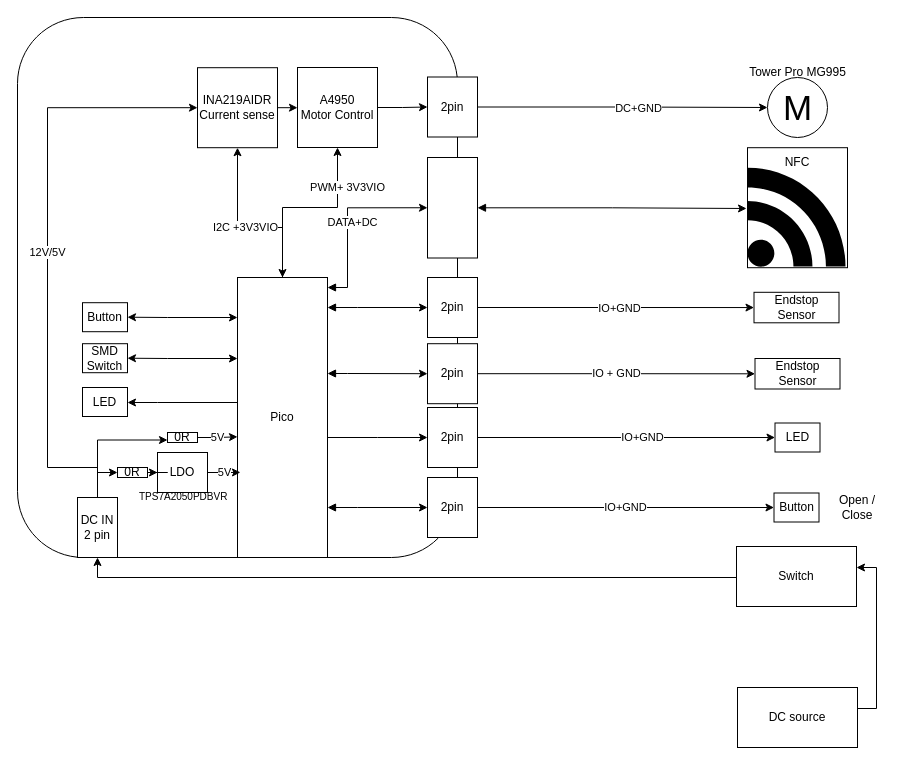
This is Documents/Drawings/ElectricalLayout.drawio from Todoori/GateControl, a draw.io file, before an edit. Source tidied: cells renumbered, new cells numbered last; positions are measured from the earlier drawing's top-left corner, leaving out a move shared by most shapes. Both pictures are drawn from the tidied source at 100%, with x=0, y=0 at pixel (17, 17).
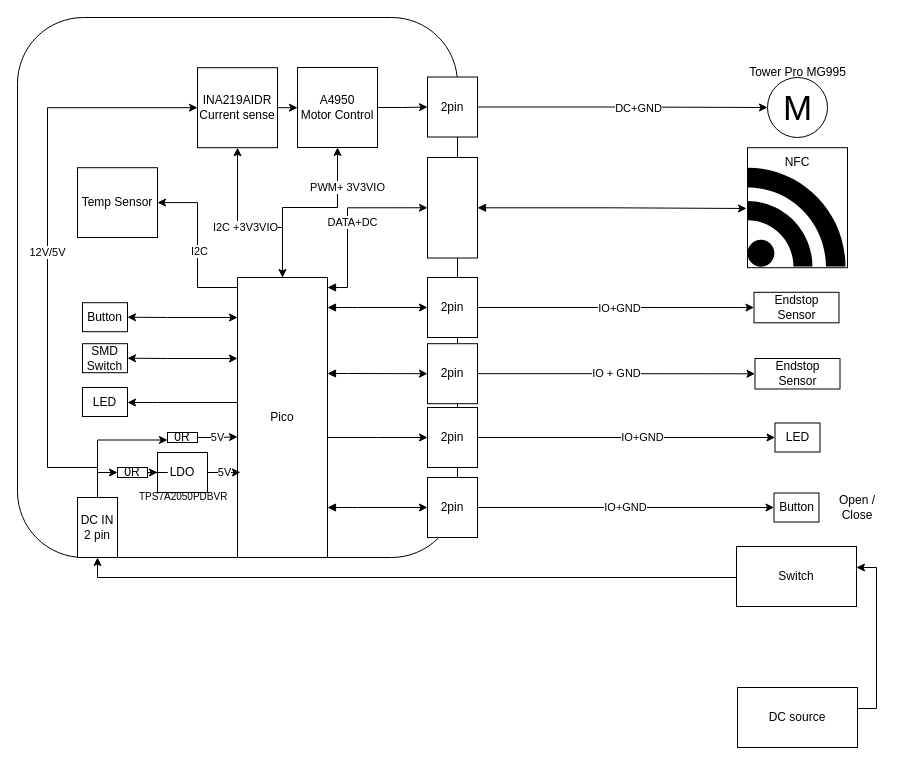
Above is the later version.

Unchanged cells that the change refers to:
```xml
<mxCell id="18" value="Pico" style="rounded=0;whiteSpace=wrap;html=1;" parent="1" vertex="1">
  <mxGeometry x="220" y="260" width="90" height="280" as="geometry" />
</mxCell>
```

The edit, as a diff of the source:
```diff
@@
+    <mxCell id="63" style="edgeStyle=orthogonalEdgeStyle;rounded=0;jettySize=auto;html=1;entryX=1;entryY=0.5;entryDx=0;entryDy=0;" parent="1" edge="1" source="18" target="65">
+      <mxGeometry relative="1" as="geometry">
+        <Array as="points">
+          <mxPoint x="180" y="270" />
+          <mxPoint x="180" y="185" />
+        </Array>
+      </mxGeometry>
+    </mxCell>
+    <mxCell id="64" value="I2C" style="edgeLabel;html=1;align=center;verticalAlign=middle;" parent="63" vertex="1">
+      <mxGeometry x="-0.07" y="-1" relative="1" as="geometry" />
+    </mxCell>
@@
+    <mxCell id="65" value="Temp Sensor" style="rounded=0;whiteSpace=wrap;html=1;" parent="1" vertex="1">
+      <mxGeometry x="60" y="150.2" width="80" height="69.8" as="geometry" />
+    </mxCell>
```
